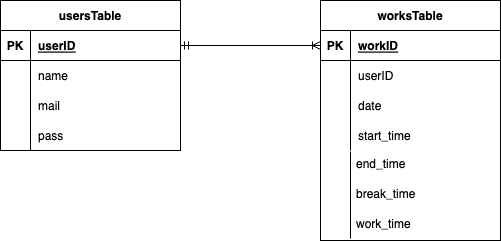
Earlier version of the draw.io export index.drawio.png (hiro8787/simulation-laravel). Source tidied: cells renumbered, new cells last; positions are measured from the earlier drawing's top-left corner, leaving out a move shared by most shapes.
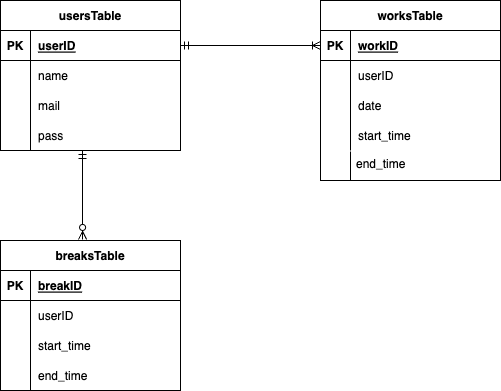
After the change.

The edit, as a diff of the source:
```diff
@@ -42,7 +42,7 @@
       <mxGeometry x="30" width="150" height="30" as="geometry" />
     </mxCell>
     <mxCell id="15" value="worksTable" style="shape=table;startSize=30;rowLines=0;fontStyle=1;align=center;" parent="1" vertex="1">
-      <mxGeometry x="320" width="180" height="240" as="geometry" />
+      <mxGeometry x="320" width="180" height="180" as="geometry" />
     </mxCell>
     <mxCell id="16" style="shape=tableRow;horizontal=0;startSize=0;swimlaneHead=0;swimlaneBody=0;fillColor=none;points=[[0,0.5],[1,0.5]];portConstraint=eastwest;top=0;left=0;right=0;bottom=1;" parent="15" vertex="1">
       <mxGeometry y="30" width="180" height="30" as="geometry" />
@@ -80,20 +80,56 @@
     <mxCell id="27" value="start_time" style="shape=partialRectangle;fillColor=none;top=0;left=0;bottom=0;right=0;align=left;spacingLeft=6;overflow=hidden;" parent="25" vertex="1">
       <mxGeometry x="30" width="150" height="30" as="geometry" />
     </mxCell>
-    <mxCell id="28" style="endArrow=none;html=1;rounded=0;entryX=0.167;entryY=1.033;entryDx=0;entryDy=0;entryPerimeter=0;exitX=0;exitY=0.933;exitDx=0;exitDy=0;exitPerimeter=0;" parent="1" edge="1" source="31" target="25">
+    <mxCell id="28" style="endArrow=none;html=1;rounded=0;entryX=0.167;entryY=1.033;entryDx=0;entryDy=0;entryPerimeter=0;exitX=0;exitY=1;exitDx=0;exitDy=0;exitPerimeter=0;" parent="1" edge="1" source="29" target="25">
       <mxGeometry relative="1" as="geometry" />
     </mxCell>
     <mxCell id="29" value="end_time" style="text;strokeColor=none;fillColor=none;spacingLeft=4;spacingRight=4;overflow=hidden;points=[[0,0.5],[1,0.5]];portConstraint=eastwest;fontSize=12;" parent="1" vertex="1">
       <mxGeometry x="350" y="150" width="150" height="30" as="geometry" />
     </mxCell>
-    <mxCell id="30" value="break_time" style="text;strokeColor=none;fillColor=none;spacingLeft=4;spacingRight=4;overflow=hidden;fontSize=12;" parent="1" vertex="1">
-      <mxGeometry x="350" y="180" width="150" height="30" as="geometry" />
-    </mxCell>
-    <mxCell id="31" value="work_time" style="text;strokeColor=none;fillColor=none;spacingLeft=4;spacingRight=4;overflow=hidden;points=[[0,0.5],[1,0.5]];portConstraint=eastwest;fontSize=12;" parent="1" vertex="1">
-      <mxGeometry x="350" y="210" width="150" height="30" as="geometry" />
-    </mxCell>
     <mxCell id="32" style="edgeStyle=entityRelationEdgeStyle;fontSize=12;html=1;endArrow=ERoneToMany;startArrow=ERmandOne;exitX=1;exitY=0.5;exitDx=0;exitDy=0;entryX=0;entryY=0.5;entryDx=0;entryDy=0;" parent="1" edge="1" source="3" target="16">
       <mxGeometry relative="1" as="geometry" />
     </mxCell>
+    <mxCell id="33" value="breaksTable" style="shape=table;startSize=30;rowLines=0;fontStyle=1;align=center;" parent="1" vertex="1">
+      <mxGeometry y="240" width="180" height="150" as="geometry" />
+    </mxCell>
+    <mxCell id="34" style="shape=tableRow;horizontal=0;startSize=0;swimlaneHead=0;swimlaneBody=0;fillColor=none;top=0;left=0;right=0;bottom=1;" parent="33" vertex="1">
+      <mxGeometry y="30" width="180" height="30" as="geometry" />
+    </mxCell>
+    <mxCell id="35" value="PK" style="shape=partialRectangle;fillColor=none;top=0;left=0;bottom=0;right=0;fontStyle=1;overflow=hidden;" parent="34" vertex="1">
+      <mxGeometry width="30" height="30" as="geometry" />
+    </mxCell>
+    <mxCell id="36" value="breakID" style="shape=partialRectangle;fillColor=none;top=0;left=0;bottom=0;right=0;align=left;spacingLeft=6;fontStyle=5;overflow=hidden;" parent="34" vertex="1">
+      <mxGeometry x="30" width="150" height="30" as="geometry" />
+    </mxCell>
+    <mxCell id="37" style="shape=tableRow;horizontal=0;startSize=0;swimlaneHead=0;swimlaneBody=0;fillColor=none;top=0;left=0;right=0;bottom=0;" parent="33" vertex="1">
+      <mxGeometry y="60" width="180" height="30" as="geometry" />
+    </mxCell>
+    <mxCell id="38" style="shape=partialRectangle;fillColor=none;top=0;left=0;bottom=0;right=0;overflow=hidden;" parent="37" vertex="1">
+      <mxGeometry width="30" height="30" as="geometry" />
+    </mxCell>
+    <mxCell id="39" value="userID" style="shape=partialRectangle;fillColor=none;top=0;left=0;bottom=0;right=0;align=left;spacingLeft=6;overflow=hidden;" parent="37" vertex="1">
+      <mxGeometry x="30" width="150" height="30" as="geometry" />
+    </mxCell>
+    <mxCell id="40" style="shape=tableRow;horizontal=0;startSize=0;swimlaneHead=0;swimlaneBody=0;fillColor=none;top=0;left=0;right=0;bottom=0;" parent="33" vertex="1">
+      <mxGeometry y="90" width="180" height="30" as="geometry" />
+    </mxCell>
+    <mxCell id="41" style="shape=partialRectangle;fillColor=none;top=0;left=0;bottom=0;right=0;overflow=hidden;" parent="40" vertex="1">
+      <mxGeometry width="30" height="30" as="geometry" />
+    </mxCell>
+    <mxCell id="42" value="start_time" style="shape=partialRectangle;fillColor=none;top=0;left=0;bottom=0;right=0;align=left;spacingLeft=6;overflow=hidden;" parent="40" vertex="1">
+      <mxGeometry x="30" width="150" height="30" as="geometry" />
+    </mxCell>
+    <mxCell id="43" style="shape=tableRow;horizontal=0;startSize=0;swimlaneHead=0;swimlaneBody=0;fillColor=none;top=0;left=0;right=0;bottom=0;" parent="33" vertex="1">
+      <mxGeometry y="120" width="180" height="30" as="geometry" />
+    </mxCell>
+    <mxCell id="44" style="shape=partialRectangle;fillColor=none;top=0;left=0;bottom=0;right=0;overflow=hidden;" parent="43" vertex="1">
+      <mxGeometry width="30" height="30" as="geometry" />
+    </mxCell>
+    <mxCell id="45" value="end_time" style="shape=partialRectangle;fillColor=none;top=0;left=0;bottom=0;right=0;align=left;spacingLeft=6;overflow=hidden;" parent="43" vertex="1">
+      <mxGeometry x="30" width="150" height="30" as="geometry" />
+    </mxCell>
+    <mxCell id="46" style="fontSize=12;html=1;endArrow=ERzeroToMany;startArrow=ERmandOne;entryX=0.456;entryY=-0.007;entryDx=0;entryDy=0;exitX=0.456;exitY=1;exitDx=0;exitDy=0;exitPerimeter=0;entryPerimeter=0;" parent="1" edge="1" source="12" target="33">
+      <mxGeometry relative="1" as="geometry" />
+    </mxCell>
   </root>
 </mxGraphModel>
```
